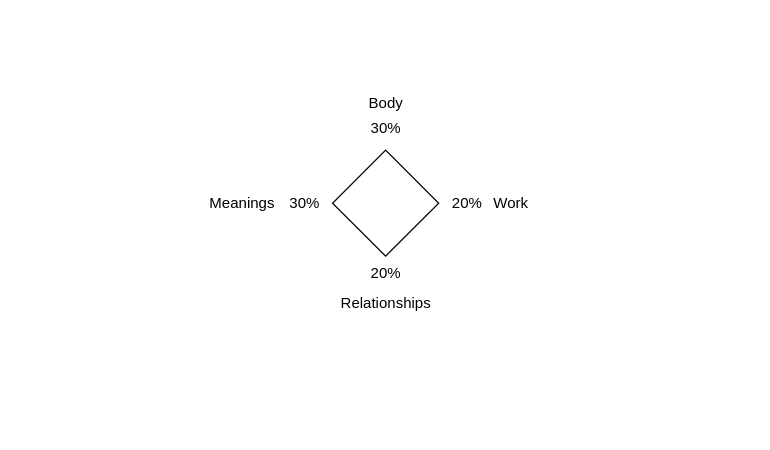
The draw.io diagram Stress.drawio in FedosovMax/diagrams, before the edit. Source tidied: cells renumbered, new cells numbered last; positions are measured from the earlier drawing's top-left corner, leaving out a move shared by most shapes. Both pictures are drawn from the tidied source at 125%, with x=0, y=0 at pixel (198, 90).
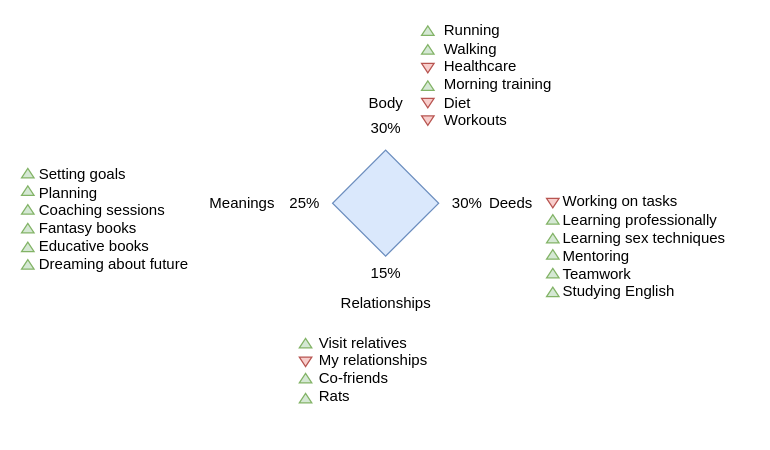
The same diagram, later.

Change to the diagram source:
```diff
@@
-    <mxCell id="2" style="rounded=0;whiteSpace=wrap;html=1;rotation=45;" parent="1" vertex="1">
+    <mxCell id="2" style="rounded=0;whiteSpace=wrap;html=1;rotation=45;fillColor=#dae8fc;strokeColor=#6c8ebf;" parent="1" vertex="1">
       <mxGeometry x="120" y="60" width="60" height="60" as="geometry" />
     </mxCell>
@@
-    <mxCell id="4" value="Work" style="text;html=1;align=center;verticalAlign=middle;strokeColor=none;fillColor=none;" parent="1" vertex="1">
-      <mxGeometry x="230" y="80" width="40" height="20" as="geometry" />
+    <mxCell id="4" value="Deeds" style="text;html=1;align=center;verticalAlign=middle;strokeColor=none;fillColor=none;" parent="1" vertex="1">
+      <mxGeometry x="225" y="80" width="50" height="20" as="geometry" />
     </mxCell>
@@
-    <mxCell id="8" value="20%" style="text;html=1;align=center;verticalAlign=middle;strokeColor=none;fillColor=none;" parent="1" vertex="1">
+    <mxCell id="8" value="30%" style="text;html=1;align=center;verticalAlign=middle;strokeColor=none;fillColor=none;" parent="1" vertex="1">
       <mxGeometry x="195" y="80" width="40" height="20" as="geometry" />
     </mxCell>
-    <mxCell id="9" value="20%" style="text;html=1;align=center;verticalAlign=middle;strokeColor=none;fillColor=none;" parent="1" vertex="1">
+    <mxCell id="9" value="15%" style="text;html=1;align=center;verticalAlign=middle;strokeColor=none;fillColor=none;" parent="1" vertex="1">
       <mxGeometry x="130" y="136" width="40" height="20" as="geometry" />
     </mxCell>
-    <mxCell id="10" value="30%" style="text;html=1;align=center;verticalAlign=middle;strokeColor=none;fillColor=none;" parent="1" vertex="1">
+    <mxCell id="10" value="25%" style="text;html=1;align=center;verticalAlign=middle;strokeColor=none;fillColor=none;" parent="1" vertex="1">
       <mxGeometry x="65" y="80" width="40" height="20" as="geometry" />
     </mxCell>
+    <mxCell id="11" value="&lt;div align=&quot;left&quot;&gt;Running&lt;/div&gt;&lt;div align=&quot;left&quot;&gt;Walking&lt;br&gt;&lt;/div&gt;&lt;div align=&quot;left&quot;&gt;Healthcare&lt;/div&gt;&lt;div align=&quot;left&quot;&gt;Morning training&lt;/div&gt;&lt;div align=&quot;left&quot;&gt;Diet&lt;/div&gt;&lt;div align=&quot;left&quot;&gt;Workouts&lt;/div&gt;&lt;div align=&quot;left&quot;&gt;&lt;br&gt;&lt;/div&gt;" style="text;html=1;align=left;verticalAlign=middle;strokeColor=none;fillColor=none;" parent="1" vertex="1">
+      <mxGeometry x="195" y="-55" width="100" height="100" as="geometry" />
+    </mxCell>
+    <mxCell id="12" value="&lt;div&gt;Working on tasks&lt;/div&gt;&lt;div&gt;Learning professionally&lt;/div&gt;&lt;div&gt;Learning sex techniques&lt;/div&gt;&lt;div&gt;Mentoring&lt;/div&gt;&lt;div&gt;Teamwork&lt;/div&gt;&lt;div&gt;Studying English&lt;br&gt;&lt;/div&gt;" style="text;html=1;align=left;verticalAlign=middle;strokeColor=none;fillColor=none;" parent="1" vertex="1">
+      <mxGeometry x="290" y="80" width="150" height="90" as="geometry" />
+    </mxCell>
+    <mxCell id="13" value="&lt;div&gt;Visit relatives&lt;/div&gt;&lt;div&gt;My relationships&lt;/div&gt;&lt;div&gt;Co-friends&lt;/div&gt;&lt;div&gt;Rats&lt;/div&gt;&lt;div&gt;&lt;br&gt;&lt;/div&gt;" style="text;html=1;align=left;verticalAlign=middle;strokeColor=none;fillColor=none;" parent="1" vertex="1">
+      <mxGeometry x="95" y="190" width="100" height="80" as="geometry" />
+    </mxCell>
+    <mxCell id="14" value="&lt;div&gt;Setting goals&lt;/div&gt;&lt;div&gt;Planning&lt;/div&gt;&lt;div&gt;Coaching sessions&lt;br&gt;&lt;/div&gt;&lt;div&gt;Fantasy books&lt;/div&gt;&lt;div&gt;Educative books&lt;/div&gt;&lt;div&gt;Dreaming about future&lt;br&gt;&lt;/div&gt;&lt;div&gt;&lt;br&gt;&lt;/div&gt;" style="text;html=1;align=left;verticalAlign=middle;strokeColor=none;fillColor=none;" parent="1" vertex="1">
+      <mxGeometry x="-129.5" y="60" width="140" height="100" as="geometry" />
+    </mxCell>
+    <mxCell id="15" style="triangle;whiteSpace=wrap;html=1;rotation=-90;fillColor=#d5e8d4;strokeColor=#82b366;" parent="1" vertex="1">
+      <mxGeometry x="180" y="-53" width="7.5" height="10" as="geometry" />
+    </mxCell>
+    <mxCell id="16" style="triangle;whiteSpace=wrap;html=1;rotation=90;fillColor=#f8cecc;strokeColor=#b85450;" parent="1" vertex="1">
+      <mxGeometry x="280" y="85" width="7.5" height="10" as="geometry" />
+    </mxCell>
+    <mxCell id="17" style="triangle;whiteSpace=wrap;html=1;rotation=-90;fillColor=#d5e8d4;strokeColor=#82b366;" parent="1" vertex="1">
+      <mxGeometry x="180" y="-38" width="7.5" height="10" as="geometry" />
+    </mxCell>
+    <mxCell id="18" style="triangle;whiteSpace=wrap;html=1;rotation=90;fillColor=#f8cecc;strokeColor=#b85450;" parent="1" vertex="1">
+      <mxGeometry x="180" y="-23" width="7.5" height="10" as="geometry" />
+    </mxCell>
+    <mxCell id="19" style="triangle;whiteSpace=wrap;html=1;rotation=-90;fillColor=#d5e8d4;strokeColor=#82b366;" parent="1" vertex="1">
+      <mxGeometry x="180" y="-9" width="7.5" height="10" as="geometry" />
+    </mxCell>
+    <mxCell id="20" style="triangle;whiteSpace=wrap;html=1;rotation=90;fillColor=#f8cecc;strokeColor=#b85450;" parent="1" vertex="1">
+      <mxGeometry x="180" y="5" width="7.5" height="10" as="geometry" />
+    </mxCell>
+    <mxCell id="21" style="triangle;whiteSpace=wrap;html=1;rotation=90;fillColor=#f8cecc;strokeColor=#b85450;" parent="1" vertex="1">
+      <mxGeometry x="180" y="19" width="7.5" height="10" as="geometry" />
+    </mxCell>
+    <mxCell id="22" style="triangle;whiteSpace=wrap;html=1;rotation=-90;fillColor=#d5e8d4;strokeColor=#82b366;" parent="1" vertex="1">
+      <mxGeometry x="280" y="98" width="7.5" height="10" as="geometry" />
+    </mxCell>
+    <mxCell id="23" style="triangle;whiteSpace=wrap;html=1;rotation=-90;fillColor=#d5e8d4;strokeColor=#82b366;" parent="1" vertex="1">
+      <mxGeometry x="280" y="126" width="7.5" height="10" as="geometry" />
+    </mxCell>
+    <mxCell id="24" style="triangle;whiteSpace=wrap;html=1;rotation=-90;fillColor=#d5e8d4;strokeColor=#82b366;" parent="1" vertex="1">
+      <mxGeometry x="280" y="141" width="7.5" height="10" as="geometry" />
+    </mxCell>
+    <mxCell id="25" style="triangle;whiteSpace=wrap;html=1;rotation=-90;fillColor=#d5e8d4;strokeColor=#82b366;" parent="1" vertex="1">
+      <mxGeometry x="280" y="156" width="7.5" height="10" as="geometry" />
+    </mxCell>
+    <mxCell id="26" style="triangle;whiteSpace=wrap;html=1;rotation=-90;fillColor=#d5e8d4;strokeColor=#82b366;" parent="1" vertex="1">
+      <mxGeometry x="280" y="113" width="7.5" height="10" as="geometry" />
+    </mxCell>
+    <mxCell id="27" style="triangle;whiteSpace=wrap;html=1;rotation=-90;fillColor=#d5e8d4;strokeColor=#82b366;" parent="1" vertex="1">
+      <mxGeometry x="82.2" y="197" width="7.5" height="10" as="geometry" />
+    </mxCell>
+    <mxCell id="28" style="triangle;whiteSpace=wrap;html=1;rotation=90;fillColor=#f8cecc;strokeColor=#b85450;" parent="1" vertex="1">
+      <mxGeometry x="82.2" y="212" width="7.5" height="10" as="geometry" />
+    </mxCell>
+    <mxCell id="29" style="triangle;whiteSpace=wrap;html=1;rotation=-90;fillColor=#d5e8d4;strokeColor=#82b366;" parent="1" vertex="1">
+      <mxGeometry x="82.2" y="225" width="7.5" height="10" as="geometry" />
+    </mxCell>
+    <mxCell id="30" style="triangle;whiteSpace=wrap;html=1;rotation=-90;fillColor=#d5e8d4;strokeColor=#82b366;" parent="1" vertex="1">
+      <mxGeometry x="82.2" y="241" width="7.5" height="10" as="geometry" />
+    </mxCell>
+    <mxCell id="31" style="triangle;whiteSpace=wrap;html=1;rotation=-90;fillColor=#d5e8d4;strokeColor=#82b366;" parent="1" vertex="1">
+      <mxGeometry x="-140" y="61" width="7.5" height="10" as="geometry" />
+    </mxCell>
+    <mxCell id="32" style="triangle;whiteSpace=wrap;html=1;rotation=-90;fillColor=#d5e8d4;strokeColor=#82b366;" parent="1" vertex="1">
+      <mxGeometry x="-140" y="75" width="7.5" height="10" as="geometry" />
+    </mxCell>
+    <mxCell id="33" style="triangle;whiteSpace=wrap;html=1;rotation=-90;fillColor=#d5e8d4;strokeColor=#82b366;" parent="1" vertex="1">
+      <mxGeometry x="-140" y="90" width="7.5" height="10" as="geometry" />
+    </mxCell>
+    <mxCell id="34" style="triangle;whiteSpace=wrap;html=1;rotation=-90;fillColor=#d5e8d4;strokeColor=#82b366;" parent="1" vertex="1">
+      <mxGeometry x="-140" y="105" width="7.5" height="10" as="geometry" />
+    </mxCell>
+    <mxCell id="35" style="triangle;whiteSpace=wrap;html=1;rotation=-90;fillColor=#d5e8d4;strokeColor=#82b366;" parent="1" vertex="1">
+      <mxGeometry x="-140" y="120" width="7.5" height="10" as="geometry" />
+    </mxCell>
+    <mxCell id="36" style="triangle;whiteSpace=wrap;html=1;rotation=-90;fillColor=#d5e8d4;strokeColor=#82b366;" parent="1" vertex="1">
+      <mxGeometry x="-140" y="134" width="7.5" height="10" as="geometry" />
+    </mxCell>
```
